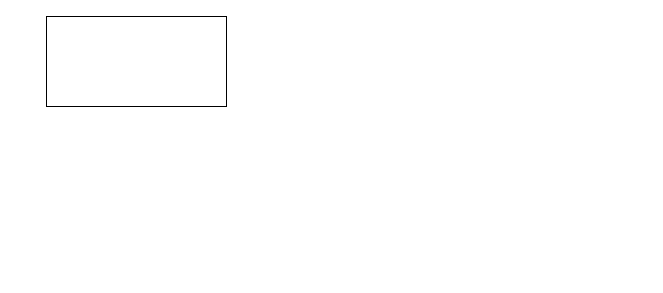
Rohitprj/Problem-Solving keeps this draw.io diagram as python/DFD.drawio. Above is the earlier version. Source tidied: cells renumbered, new cells numbered last; positions are measured from the earlier drawing's top-left corner, leaving out a move shared by most shapes. Both pictures are drawn from the tidied source at 100%, with x=0, y=0 at pixel (46, 16).
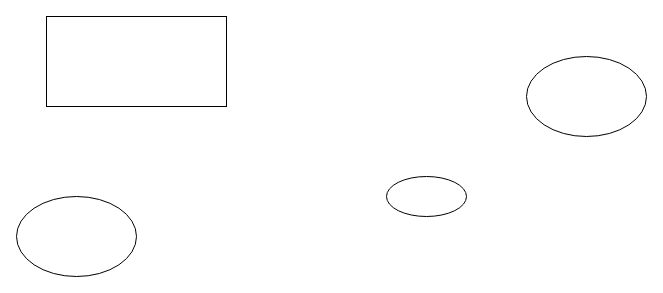
After the change.

Change to the diagram source:
```diff
@@
 <mxGraphModel>
   <root>
     <mxCell id="0" />
     <mxCell id="1" parent="0" />
     <mxCell id="2" style="rounded=0;whiteSpace=wrap;html=1;" parent="1" vertex="1">
       <mxGeometry width="180" height="90" as="geometry" />
     </mxCell>
+    <mxCell id="3" style="ellipse;whiteSpace=wrap;html=1;" parent="1" vertex="1">
+      <mxGeometry x="-30" y="180" width="120" height="80" as="geometry" />
+    </mxCell>
+    <mxCell id="4" style="ellipse;whiteSpace=wrap;html=1;" parent="1" vertex="1">
+      <mxGeometry x="480" y="40" width="120" height="80" as="geometry" />
+    </mxCell>
+    <mxCell id="5" style="ellipse;whiteSpace=wrap;html=1;" parent="1" vertex="1">
+      <mxGeometry x="340" y="160" width="80" height="40" as="geometry" />
+    </mxCell>
+    <mxCell id="6" style="edgeStyle=orthogonalEdgeStyle;rounded=0;orthogonalLoop=1;jettySize=auto;html=1;exitX=0.5;exitY=1;exitDx=0;exitDy=0;" parent="1" edge="1" source="5" target="5">
+      <mxGeometry relative="1" as="geometry" />
+    </mxCell>
+    <mxCell id="7" style="edgeStyle=orthogonalEdgeStyle;rounded=0;orthogonalLoop=1;jettySize=auto;html=1;exitX=0.5;exitY=1;exitDx=0;exitDy=0;" parent="1" edge="1" source="5" target="5">
+      <mxGeometry relative="1" as="geometry" />
+    </mxCell>
   </root>
 </mxGraphModel>
```
